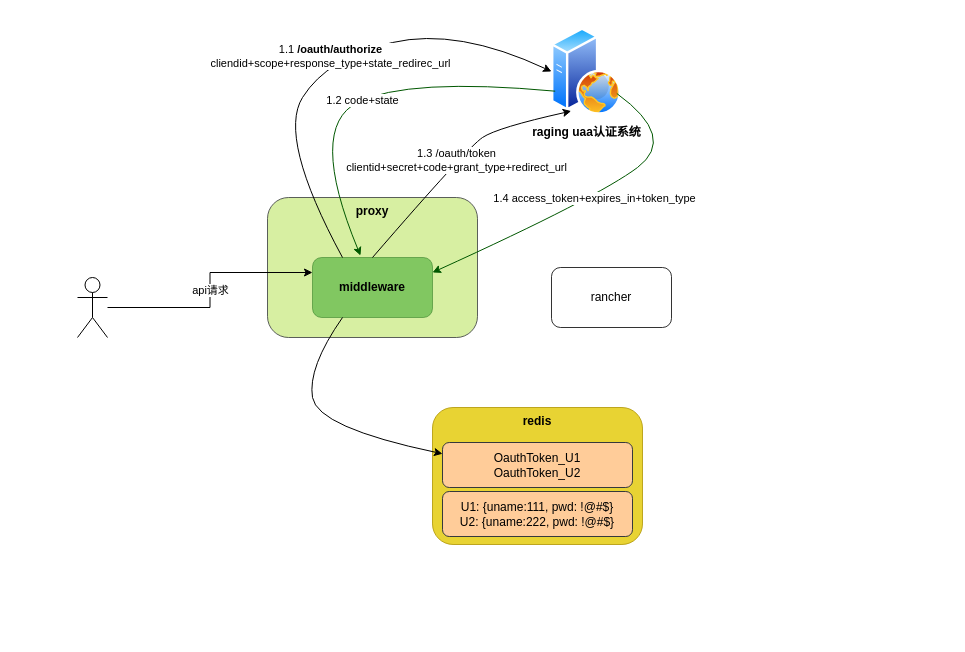
Before: uaa-fronted-proxy.drawio in guowenshuai/draw.io, a draw.io diagram. Source tidied: cells renumbered, new cells numbered last; positions are measured from the earlier drawing's top-left corner, leaving out a move shared by most shapes. Both pictures are drawn from the tidied source at 100%, with x=0, y=0 at pixel (77, 27).
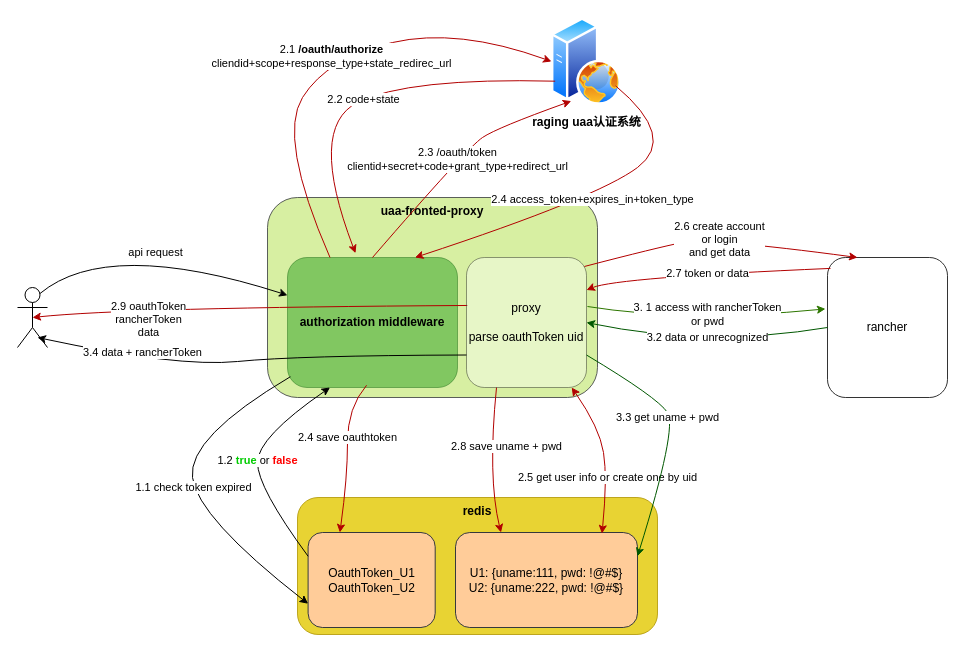
After the change.

Change to the diagram source:
```diff
@@
     <mxCell id="2" style="group;" parent="1" vertex="1">
-      <mxGeometry x="355" y="380" width="210" height="137" as="geometry" />
+      <mxGeometry x="220" y="470" width="360" height="137" as="geometry" />
     </mxCell>
     <mxCell id="3" value="redis" style="rounded=1;whiteSpace=wrap;html=1;verticalAlign=top;fontStyle=1;fillColor=#e3c800;strokeColor=#B09500;fontColor=#000000;opacity=80;" parent="2" vertex="1">
-      <mxGeometry width="210" height="137" as="geometry" />
+      <mxGeometry width="360" height="137" as="geometry" />
     </mxCell>
     <mxCell id="4" value="OauthToken_U1&lt;br&gt;OauthToken_U2&lt;br&gt;" style="rounded=1;whiteSpace=wrap;html=1;fillColor=#ffcc99;strokeColor=#36393d;" parent="2" vertex="1">
-      <mxGeometry x="10" y="35" width="190" height="45" as="geometry" />
+      <mxGeometry x="10.6" y="35" width="127.1" height="95" as="geometry" />
     </mxCell>
     <mxCell id="5" value="U1: {uname:111, pwd: !@#$}&lt;br&gt;U2: {uname:222, pwd: !@#$}" style="rounded=1;whiteSpace=wrap;html=1;fillColor=#ffcc99;strokeColor=#36393d;" parent="2" vertex="1">
-      <mxGeometry x="10" y="84" width="190" height="45" as="geometry" />
+      <mxGeometry x="158" y="35" width="182" height="95" as="geometry" />
     </mxCell>
-    <mxCell id="6" value="&lt;b&gt;proxy&lt;/b&gt;" style="rounded=1;whiteSpace=wrap;html=1;opacity=80;verticalAlign=top;fillColor=#cdeb8b;strokeColor=#36393d;" parent="1" vertex="1">
-      <mxGeometry x="190" y="170" width="210" height="140" as="geometry" />
+    <mxCell id="6" value="&lt;b&gt;uaa-fronted-proxy&lt;/b&gt;" style="rounded=1;whiteSpace=wrap;html=1;opacity=80;verticalAlign=top;fillColor=#cdeb8b;strokeColor=#36393d;" parent="1" vertex="1">
+      <mxGeometry x="190" y="170" width="330" height="200" as="geometry" />
     </mxCell>
     <mxCell id="7" value="rancher" style="rounded=1;whiteSpace=wrap;html=1;fontColor=#000000;opacity=80;" parent="1" vertex="1">
-      <mxGeometry x="474" y="240" width="120" height="60" as="geometry" />
+      <mxGeometry x="750" y="230" width="120" height="140" as="geometry" />
     </mxCell>
     <mxCell id="8" value="&lt;b&gt;raging uaa认证系统&lt;/b&gt;" style="perimeter=ellipsePerimeter;html=1;align=center;shadow=0;dashed=0;spacingTop=3;image;image=img/lib/active_directory/web_server.svg;" parent="1" vertex="1">
-      <mxGeometry x="474" width="70" height="88" as="geometry" />
+      <mxGeometry x="474" y="-10" width="70" height="88" as="geometry" />
     </mxCell>
-    <mxCell id="9" value="api请求" style="edgeStyle=orthogonalEdgeStyle;rounded=0;jettySize=auto;html=1;entryX=0;entryY=0.25;entryDx=0;entryDy=0;fontColor=#000000;" parent="1" edge="1" source="10" target="11">
-      <mxGeometry relative="1" as="geometry" />
-    </mxCell>
     <mxCell id="10" style="shape=umlActor;verticalLabelPosition=bottom;labelBackgroundColor=#ffffff;verticalAlign=top;html=1;outlineConnect=0;" parent="1" vertex="1">
-      <mxGeometry y="250" width="30" height="60" as="geometry" />
+      <mxGeometry x="-60" y="260" width="30" height="60" as="geometry" />
     </mxCell>
-    <mxCell id="11" value="&lt;b&gt;middleware&lt;/b&gt;" style="rounded=1;whiteSpace=wrap;html=1;opacity=40;fillColor=#008a00;strokeColor=#005700;fontColor=#000000;" parent="1" vertex="1">
-      <mxGeometry x="235" y="230" width="120" height="60" as="geometry" />
+    <mxCell id="11" value="&lt;b&gt;authorization middleware&lt;/b&gt;" style="rounded=1;whiteSpace=wrap;html=1;opacity=40;fillColor=#008a00;strokeColor=#005700;fontColor=#000000;verticalAlign=middle;" parent="1" vertex="1">
+      <mxGeometry x="210" y="230" width="170" height="130" as="geometry" />
     </mxCell>
-    <mxCell id="12" value="1.1 &lt;b&gt;/oauth/authorize&lt;/b&gt;&lt;br&gt;cliendid+scope+response_type+state_redirec_url" style="curved=1;endArrow=classic;html=1;fontColor=#000000;entryX=0;entryY=0.5;entryDx=0;entryDy=0;exitX=0.25;exitY=0;exitDx=0;exitDy=0;" parent="1" edge="1" source="11" target="8">
+    <mxCell id="12" value="2.1 &lt;b&gt;/oauth/authorize&lt;/b&gt;&lt;br&gt;cliendid+scope+response_type+state_redirec_url" style="curved=1;endArrow=classic;html=1;fontColor=#000000;entryX=0;entryY=0.5;entryDx=0;entryDy=0;exitX=0.25;exitY=0;exitDx=0;exitDy=0;fillColor=#e51400;strokeColor=#B20000;" parent="1" edge="1" source="11" target="8">
       <mxGeometry relative="1" as="geometry">
         <Array as="points">
           <mxPoint x="200" y="110" />
           <mxPoint x="250" y="30" />
           <mxPoint x="380" />
         </Array>
       </mxGeometry>
     </mxCell>
-    <mxCell id="13" value="1.2 code+state" style="curved=1;endArrow=classic;html=1;fontColor=#000000;entryX=0.4;entryY=-0.033;entryDx=0;entryDy=0;entryPerimeter=0;exitX=0;exitY=0.75;exitDx=0;exitDy=0;fillColor=#008a00;strokeColor=#005700;" parent="1" edge="1" source="8" target="11">
+    <mxCell id="13" value="2.2 code+state" style="curved=1;endArrow=classic;html=1;fontColor=#000000;entryX=0.4;entryY=-0.033;entryDx=0;entryDy=0;entryPerimeter=0;exitX=0;exitY=0.75;exitDx=0;exitDy=0;fillColor=#e51400;strokeColor=#B20000;" parent="1" edge="1" source="8" target="11">
       <mxGeometry relative="1" as="geometry">
         <Array as="points">
           <mxPoint x="330" y="50" />
           <mxPoint x="230" y="100" />
         </Array>
       </mxGeometry>
     </mxCell>
-    <mxCell id="14" value="1.3 /oauth/token&lt;br&gt;clientid+secret+code+grant_type+redirect_url" style="curved=1;endArrow=classic;html=1;fontColor=#000000;exitX=0.5;exitY=0;exitDx=0;exitDy=0;entryX=0.25;entryY=1;entryDx=0;entryDy=0;" parent="1" edge="1" source="11" target="8">
+    <mxCell id="14" value="2.3 /oauth/token&lt;br&gt;clientid+secret+code+grant_type+redirect_url" style="curved=1;endArrow=classic;html=1;fontColor=#000000;exitX=0.5;exitY=0;exitDx=0;exitDy=0;entryX=0.25;entryY=1;entryDx=0;entryDy=0;fillColor=#e51400;strokeColor=#B20000;" parent="1" edge="1" source="11" target="8">
       <mxGeometry relative="1" as="geometry">
         <Array as="points">
           <mxPoint x="390" y="120" />
           <mxPoint x="420" y="100" />
         </Array>
       </mxGeometry>
     </mxCell>
-    <mxCell id="15" value="1.4 access_token+expires_in+token_type" style="curved=1;endArrow=classic;html=1;fontColor=#000000;entryX=1;entryY=0.25;entryDx=0;entryDy=0;fillColor=#008a00;strokeColor=#005700;" parent="1" edge="1" source="8" target="11">
+    <mxCell id="15" value="2.4 access_token+expires_in+token_type" style="curved=1;endArrow=classic;html=1;fontColor=#000000;entryX=0.75;entryY=0;entryDx=0;entryDy=0;fillColor=#e51400;strokeColor=#B20000;" parent="1" edge="1" source="8" target="11">
       <mxGeometry relative="1" as="geometry">
         <Array as="points">
           <mxPoint x="600" y="110" />
           <mxPoint x="520" y="170" />
         </Array>
       </mxGeometry>
     </mxCell>
-    <mxCell id="16" style="curved=1;endArrow=classic;html=1;fontColor=#000000;entryX=0;entryY=0.25;entryDx=0;entryDy=0;exitX=0.25;exitY=1;exitDx=0;exitDy=0;" parent="1" edge="1" source="11" target="4">
+    <mxCell id="16" value="1.1 check token expired" style="curved=1;endArrow=classic;html=1;fontColor=#000000;entryX=0;entryY=0.75;entryDx=0;entryDy=0;exitX=0.017;exitY=0.917;exitDx=0;exitDy=0;exitPerimeter=0;" parent="1" edge="1" source="11" target="4">
       <mxGeometry relative="1" as="geometry">
         <Array as="points">
-          <mxPoint x="230" y="340" />
-          <mxPoint x="240" y="400" />
+          <mxPoint x="110" y="410" />
+          <mxPoint x="120" y="490" />
         </Array>
       </mxGeometry>
     </mxCell>
+    <mxCell id="17" value="1.2&lt;b style=&quot;color: rgb(0 , 204 , 0)&quot;&gt; true&lt;/b&gt; or &lt;b&gt;&lt;font color=&quot;#ff0000&quot;&gt;false&lt;/font&gt;&lt;/b&gt;" style="curved=1;endArrow=classic;html=1;fontColor=#000000;entryX=0.25;entryY=1;entryDx=0;entryDy=0;exitX=0;exitY=0.25;exitDx=0;exitDy=0;" parent="1" edge="1" source="4" target="11">
+      <mxGeometry relative="1" as="geometry">
+        <Array as="points">
+          <mxPoint x="180" y="460" />
+          <mxPoint x="180" y="410" />
+        </Array>
+      </mxGeometry>
+    </mxCell>
+    <mxCell id="18" value="2.5 get user info or create one by uid" style="curved=1;endArrow=classic;html=1;fontColor=#000000;entryX=0.805;entryY=0.011;entryDx=0;entryDy=0;entryPerimeter=0;fillColor=#e51400;strokeColor=#B20000;startArrow=classic;startFill=1;" parent="1" edge="1" source="25" target="5">
+      <mxGeometry x="0.27" relative="1" as="geometry">
+        <Array as="points">
+          <mxPoint x="522" y="400" />
+          <mxPoint x="530" y="450" />
+        </Array>
+      </mxGeometry>
+    </mxCell>
+    <mxCell id="19" value="2.6 create account&lt;br&gt;or login&lt;br&gt;and get data" style="curved=1;endArrow=classic;html=1;fontColor=#000000;entryX=0.25;entryY=0;entryDx=0;entryDy=0;fillColor=#e51400;strokeColor=#B20000;exitX=0.983;exitY=0.069;exitDx=0;exitDy=0;exitPerimeter=0;" parent="1" edge="1" source="25" target="7">
+      <mxGeometry relative="1" as="geometry">
+        <Array as="points">
+          <mxPoint x="580" y="220" />
+          <mxPoint x="630" y="210" />
+        </Array>
+      </mxGeometry>
+    </mxCell>
+    <mxCell id="20" value="2.8 save uname + pwd" style="curved=1;endArrow=classic;html=1;fontColor=#000000;entryX=0.25;entryY=0;entryDx=0;entryDy=0;exitX=0.25;exitY=1;exitDx=0;exitDy=0;fillColor=#e51400;strokeColor=#B20000;" parent="1" edge="1" source="25" target="5">
+      <mxGeometry x="-0.16" y="23" relative="1" as="geometry">
+        <Array as="points">
+          <mxPoint x="410" y="450" />
+        </Array>
+        <mxPoint x="-7" y="-5" as="offset" />
+      </mxGeometry>
+    </mxCell>
+    <mxCell id="21" value="2.4 save oauthtoken" style="curved=1;endArrow=classic;html=1;fontColor=#000000;entryX=0.25;entryY=0;entryDx=0;entryDy=0;exitX=0.465;exitY=0.983;exitDx=0;exitDy=0;exitPerimeter=0;fillColor=#e51400;strokeColor=#B20000;" parent="1" edge="1" source="11" target="4">
+      <mxGeometry x="-0.24" relative="1" as="geometry">
+        <Array as="points">
+          <mxPoint x="270" y="380" />
+          <mxPoint x="270" y="450" />
+        </Array>
+      </mxGeometry>
+    </mxCell>
+    <mxCell id="9" value="api request" style="curved=1;endArrow=classic;html=1;fontColor=#000000;exitX=0.75;exitY=0.1;exitDx=0;exitDy=0;exitPerimeter=0;" parent="1" edge="1" source="10" target="11">
+      <mxGeometry relative="1" as="geometry">
+        <Array as="points">
+          <mxPoint x="30" y="210" />
+        </Array>
+      </mxGeometry>
+    </mxCell>
+    <mxCell id="22" value="2.9 oauthToken&lt;br&gt;rancherToken&lt;br&gt;data" style="curved=1;endArrow=classic;html=1;fontColor=#000000;entryX=0.5;entryY=0.5;entryDx=0;entryDy=0;entryPerimeter=0;fillColor=#e51400;strokeColor=#B20000;exitX=0.008;exitY=0.369;exitDx=0;exitDy=0;exitPerimeter=0;" parent="1" edge="1" source="25" target="10">
+      <mxGeometry x="0.63" y="41" relative="1" as="geometry">
+        <Array as="points">
+          <mxPoint x="50" y="280" />
+        </Array>
+        <mxPoint x="32" y="-30" as="offset" />
+      </mxGeometry>
+    </mxCell>
+    <mxCell id="23" value="3. 1 access with rancherToken&lt;br&gt;or pwd" style="curved=1;endArrow=classic;html=1;fontColor=#000000;exitX=1.008;exitY=0.377;exitDx=0;exitDy=0;exitPerimeter=0;entryX=-0.017;entryY=0.367;entryDx=0;entryDy=0;entryPerimeter=0;fillColor=#60a917;strokeColor=#2D7600;" parent="1" edge="1" source="25" target="7">
+      <mxGeometry x="0.02" y="6" relative="1" as="geometry">
+        <Array as="points">
+          <mxPoint x="610" y="295" />
+        </Array>
+      </mxGeometry>
+    </mxCell>
+    <mxCell id="24" value="3.2 data or unrecognized" style="curved=1;endArrow=classic;html=1;fontColor=#000000;entryX=1;entryY=0.5;entryDx=0;entryDy=0;exitX=0;exitY=0.5;exitDx=0;exitDy=0;fillColor=#008a00;strokeColor=#005700;" parent="1" edge="1" source="7" target="25">
+      <mxGeometry x="-0.02" y="-10" relative="1" as="geometry">
+        <Array as="points">
+          <mxPoint x="630" y="320" />
+        </Array>
+      </mxGeometry>
+    </mxCell>
+    <mxCell id="25" value="proxy&lt;br&gt;&lt;br&gt;parse oauthToken uid" style="rounded=1;whiteSpace=wrap;html=1;fontColor=#000000;opacity=40;" parent="1" vertex="1">
+      <mxGeometry x="389" y="230" width="120" height="130" as="geometry" />
+    </mxCell>
+    <mxCell id="26" value="2.7 token or data" style="curved=1;endArrow=classic;html=1;fontColor=#000000;entryX=1;entryY=0.25;entryDx=0;entryDy=0;exitX=0.025;exitY=0.078;exitDx=0;exitDy=0;fillColor=#e51400;strokeColor=#B20000;exitPerimeter=0;" parent="1" edge="1" source="7" target="25">
+      <mxGeometry relative="1" as="geometry">
+        <Array as="points">
+          <mxPoint x="540" y="250" />
+        </Array>
+      </mxGeometry>
+    </mxCell>
+    <mxCell id="27" value="3.3 get uname + pwd" style="curved=1;endArrow=classic;html=1;fontColor=#000000;exitX=1;exitY=0.75;exitDx=0;exitDy=0;entryX=1;entryY=0.25;entryDx=0;entryDy=0;fillColor=#008a00;strokeColor=#005700;" parent="1" edge="1" source="25" target="5">
+      <mxGeometry x="-0.17" y="-3" relative="1" as="geometry">
+        <Array as="points">
+          <mxPoint x="580" y="370" />
+          <mxPoint x="600" y="400" />
+        </Array>
+      </mxGeometry>
+    </mxCell>
+    <mxCell id="28" value="3.4 data + rancherToken" style="curved=1;endArrow=classic;html=1;fontColor=#000000;exitX=0;exitY=0.75;exitDx=0;exitDy=0;entryX=0.667;entryY=0.833;entryDx=0;entryDy=0;entryPerimeter=0;" parent="1" edge="1" source="25" target="10">
+      <mxGeometry x="0.51" y="-7" relative="1" as="geometry">
+        <Array as="points">
+          <mxPoint x="220" y="328" />
+          <mxPoint x="100" y="340" />
+        </Array>
+      </mxGeometry>
+    </mxCell>
```
